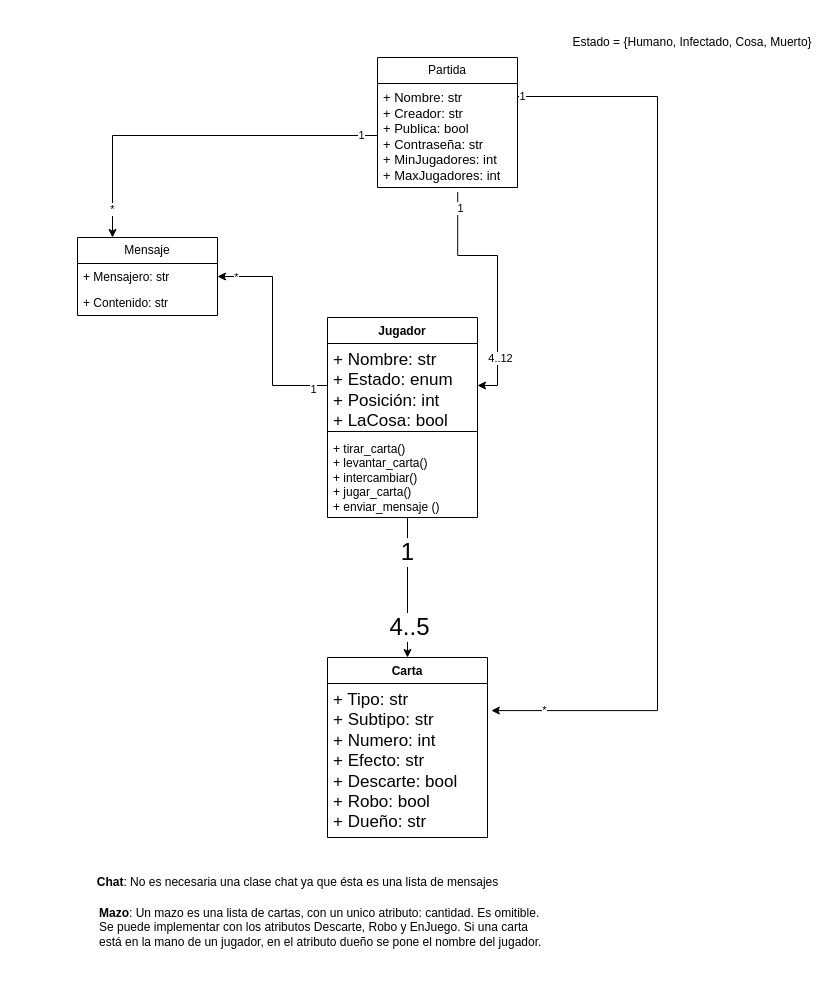
The draw.io diagram take-home/diagrama_clases.drawio in irmrz/ingenieria-software-1, before the edit. Source tidied: cells renumbered, new cells numbered last; positions are measured from the earlier drawing's top-left corner, leaving out a move shared by most shapes. Both pictures are drawn from the tidied source at 100%, with x=0, y=0 at pixel (77, 27).
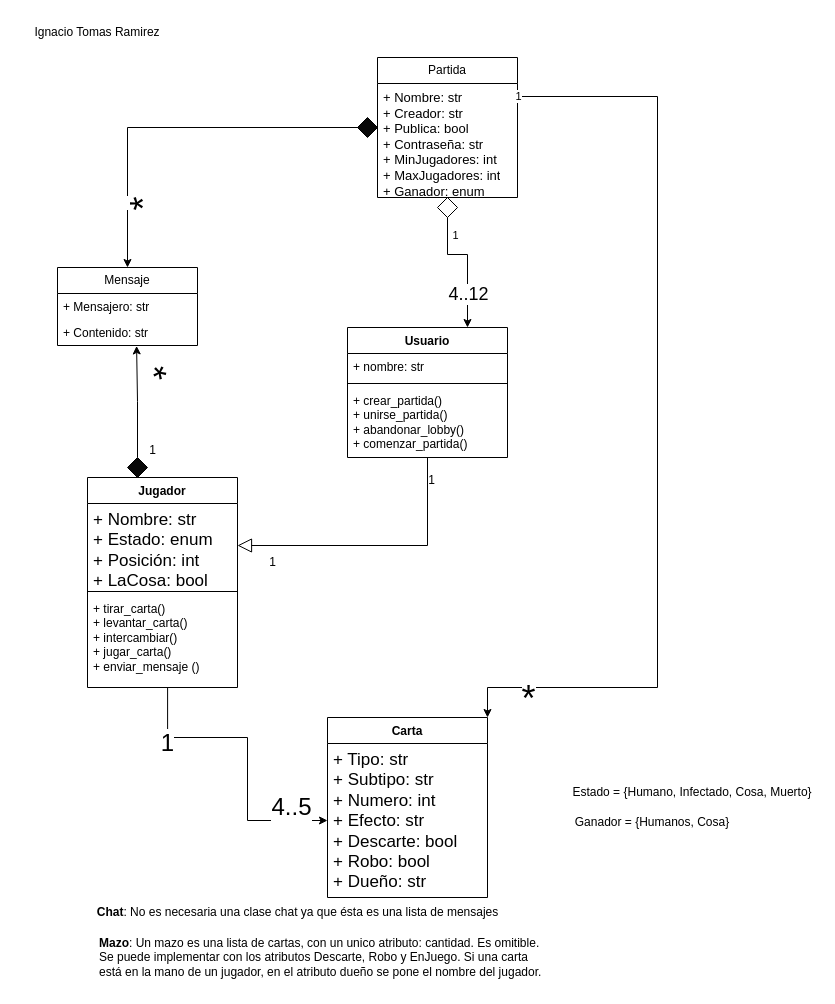
The same page after the edit.

Unchanged cells that the change refers to:
```xml
<mxCell id="6" value="&lt;div style=&quot;font-size: 17px;&quot;&gt;&lt;font style=&quot;font-size: 17px;&quot;&gt;+ Nombre: str&lt;br&gt;&lt;/font&gt;&lt;/div&gt;&lt;div style=&quot;font-size: 17px;&quot;&gt;&lt;font style=&quot;font-size: 17px;&quot;&gt;+ Estado: enum&lt;br&gt;&lt;/font&gt;&lt;/div&gt;&lt;div style=&quot;font-size: 17px;&quot;&gt;&lt;font style=&quot;font-size: 17px;&quot;&gt;+ Posición: int&lt;br&gt;&lt;/font&gt;&lt;/div&gt;&lt;div style=&quot;font-size: 17px;&quot;&gt;&lt;font style=&quot;font-size: 17px;&quot;&gt;+ LaCosa: bool&lt;br&gt;&lt;/font&gt;&lt;/div&gt;" style="text;strokeColor=none;fillColor=none;align=left;verticalAlign=top;spacingLeft=4;spacingRight=4;overflow=hidden;points=[[0,0.5],[1,0.5]];portConstraint=eastwest;whiteSpace=wrap;html=1;" parent="5" vertex="1">
  <mxGeometry y="26" width="150" height="84" as="geometry" />
</mxCell>
<mxCell id="10" value="&lt;div style=&quot;font-size: 17px;&quot;&gt;&lt;font style=&quot;font-size: 17px;&quot;&gt;+ Tipo: str&lt;/font&gt;&lt;/div&gt;&lt;div style=&quot;font-size: 17px;&quot;&gt;&lt;font style=&quot;font-size: 17px;&quot;&gt;+ Subtipo: str&lt;br&gt;&lt;/font&gt;&lt;/div&gt;&lt;div style=&quot;font-size: 17px;&quot;&gt;&lt;font style=&quot;font-size: 17px;&quot;&gt;+ Numero: int&lt;br&gt;&lt;/font&gt;&lt;/div&gt;&lt;div style=&quot;font-size: 17px;&quot;&gt;&lt;font style=&quot;font-size: 17px;&quot;&gt;+ Efecto: str&lt;br&gt;&lt;/font&gt;&lt;/div&gt;&lt;div style=&quot;font-size: 17px;&quot;&gt;&lt;font style=&quot;font-size: 17px;&quot;&gt;+ Descarte: bool&lt;/font&gt;&lt;/div&gt;&lt;div style=&quot;font-size: 17px;&quot;&gt;&lt;font style=&quot;font-size: 17px;&quot;&gt;+ Robo: bool&lt;br&gt;&lt;/font&gt;&lt;/div&gt;&lt;div style=&quot;font-size: 17px;&quot;&gt;&lt;font style=&quot;font-size: 17px;&quot;&gt;+ Dueño: str&lt;br&gt;&lt;/font&gt;&lt;/div&gt;" style="text;strokeColor=none;fillColor=none;align=left;verticalAlign=top;spacingLeft=4;spacingRight=4;overflow=hidden;points=[[0,0.5],[1,0.5]];portConstraint=eastwest;whiteSpace=wrap;html=1;" parent="9" vertex="1">
  <mxGeometry y="26" width="160" height="154" as="geometry" />
</mxCell>
<mxCell id="18" value="+ Mensajero: str" style="text;strokeColor=none;fillColor=none;align=left;verticalAlign=top;spacingLeft=4;spacingRight=4;overflow=hidden;points=[[0,0.5],[1,0.5]];portConstraint=eastwest;whiteSpace=wrap;html=1;" parent="17" vertex="1">
  <mxGeometry y="26" width="140" height="26" as="geometry" />
</mxCell>
<mxCell id="19" value="+ Contenido: str" style="text;strokeColor=none;fillColor=none;align=left;verticalAlign=top;spacingLeft=4;spacingRight=4;overflow=hidden;points=[[0,0.5],[1,0.5]];portConstraint=eastwest;whiteSpace=wrap;html=1;" parent="17" vertex="1">
  <mxGeometry y="52" width="140" height="26" as="geometry" />
</mxCell>
```

Diff of the diagram source:
```diff
@@
-    <mxCell id="2" style="edgeStyle=orthogonalEdgeStyle;rounded=0;jettySize=auto;html=1;exitX=0.5;exitY=1;exitDx=0;exitDy=0;entryX=0.5;entryY=0;entryDx=0;entryDy=0;" parent="1" edge="1" source="5" target="9">
+    <mxCell id="2" style="edgeStyle=orthogonalEdgeStyle;rounded=0;jettySize=auto;html=1;exitX=0.534;exitY=1.004;exitDx=0;exitDy=0;entryX=0;entryY=0.5;entryDx=0;entryDy=0;exitPerimeter=0;" parent="1" edge="1" source="8" target="10">
       <mxGeometry relative="1" as="geometry">
         <Array as="points">
-          <mxPoint x="330" y="490" />
+          <mxPoint x="90" y="710" />
+          <mxPoint x="170" y="710" />
+          <mxPoint x="170" y="793" />
         </Array>
       </mxGeometry>
     </mxCell>
@@
     <mxCell id="5" value="Jugador" style="swimlane;fontStyle=1;align=center;verticalAlign=top;horizontal=1;startSize=26;whiteSpace=wrap;html=1;" parent="1" vertex="1">
-      <mxGeometry x="250" y="290" width="150" height="200" as="geometry" />
+      <mxGeometry x="10" y="450" width="150" height="210" as="geometry" />
     </mxCell>
@@
-    <mxCell id="8" value="&lt;div&gt;+ tirar_carta()&lt;/div&gt;&lt;div&gt;+ levantar_carta()&lt;br&gt;&lt;/div&gt;&lt;div&gt;+ intercambiar()&lt;br&gt;&lt;/div&gt;&lt;div&gt;+ jugar_carta()&lt;/div&gt;&lt;div&gt;+ enviar_mensaje ()&lt;br&gt;&lt;/div&gt;" style="text;strokeColor=none;fillColor=none;align=left;verticalAlign=top;spacingLeft=4;spacingRight=4;overflow=hidden;points=[[0,0.5],[1,0.5]];portConstraint=eastwest;whiteSpace=wrap;html=1;" parent="5" vertex="1">
-      <mxGeometry y="118" width="150" height="82" as="geometry" />
+    <mxCell id="8" value="&lt;div align=&quot;left&quot;&gt;+ tirar_carta()&lt;/div&gt;&lt;div align=&quot;left&quot;&gt;+ levantar_carta()&lt;br&gt;&lt;/div&gt;&lt;div align=&quot;left&quot;&gt;+ intercambiar()&lt;br&gt;&lt;/div&gt;&lt;div align=&quot;left&quot;&gt;+ jugar_carta()&lt;/div&gt;&lt;div align=&quot;left&quot;&gt;+ enviar_mensaje ()&lt;/div&gt;" style="text;strokeColor=none;fillColor=none;align=left;verticalAlign=top;spacingLeft=4;spacingRight=4;overflow=hidden;points=[[0,0.5],[1,0.5]];portConstraint=eastwest;whiteSpace=wrap;html=1;" parent="5" vertex="1">
+      <mxGeometry y="118" width="150" height="92" as="geometry" />
     </mxCell>
     <mxCell id="9" value="Carta" style="swimlane;fontStyle=1;align=center;verticalAlign=top;horizontal=1;startSize=26;whiteSpace=wrap;html=1;" parent="1" vertex="1">
-      <mxGeometry x="250" y="630" width="160" height="180" as="geometry" />
+      <mxGeometry x="250" y="690" width="160" height="180" as="geometry" />
     </mxCell>
@@
     <mxCell id="11" value="Partida" style="swimlane;fontStyle=0;horizontal=1;startSize=26;fillColor=none;whiteSpace=wrap;html=1;" parent="1" vertex="1">
-      <mxGeometry x="300" y="30" width="140" height="130" as="geometry" />
+      <mxGeometry x="300" y="30" width="140" height="140" as="geometry" />
     </mxCell>
-    <mxCell id="12" value="&lt;div style=&quot;font-size: 13px;&quot;&gt;&lt;font style=&quot;font-size: 13px;&quot;&gt;+ Nombre: str&lt;/font&gt;&lt;/div&gt;&lt;div style=&quot;font-size: 13px;&quot;&gt;&lt;div style=&quot;font-size: 13px;&quot;&gt;&lt;font style=&quot;font-size: 13px;&quot;&gt;+ Creador: str&lt;/font&gt;&lt;/div&gt;&lt;div style=&quot;font-size: 13px;&quot;&gt;&lt;font style=&quot;font-size: 13px;&quot;&gt;+ Publica: bool&lt;/font&gt;&lt;/div&gt;&lt;div style=&quot;font-size: 13px;&quot;&gt;&lt;font style=&quot;font-size: 13px;&quot;&gt;+ Contraseña: str&lt;br&gt;&lt;/font&gt;&lt;/div&gt;&lt;div style=&quot;font-size: 13px;&quot;&gt;&lt;font style=&quot;font-size: 13px;&quot;&gt;+ MinJugadores: int&lt;/font&gt;&lt;/div&gt;&lt;div style=&quot;font-size: 13px;&quot;&gt;&lt;font style=&quot;font-size: 13px;&quot;&gt;+ MaxJugadores: int&lt;br&gt;&lt;/font&gt;&lt;/div&gt;&lt;/div&gt;" style="text;strokeColor=none;fillColor=none;align=left;verticalAlign=top;spacingLeft=4;spacingRight=4;overflow=hidden;points=[[0,0.5],[1,0.5]];portConstraint=eastwest;whiteSpace=wrap;html=1;" parent="11" vertex="1">
-      <mxGeometry y="26" width="140" height="104" as="geometry" />
+    <mxCell id="12" value="&lt;div style=&quot;font-size: 13px;&quot;&gt;&lt;font style=&quot;font-size: 13px;&quot;&gt;+ Nombre: str&lt;/font&gt;&lt;/div&gt;&lt;div style=&quot;font-size: 13px;&quot;&gt;&lt;div style=&quot;font-size: 13px;&quot;&gt;&lt;font style=&quot;font-size: 13px;&quot;&gt;+ Creador: str&lt;/font&gt;&lt;/div&gt;&lt;div style=&quot;font-size: 13px;&quot;&gt;&lt;font style=&quot;font-size: 13px;&quot;&gt;+ Publica: bool&lt;/font&gt;&lt;/div&gt;&lt;div style=&quot;font-size: 13px;&quot;&gt;&lt;font style=&quot;font-size: 13px;&quot;&gt;+ Contraseña: str&lt;br&gt;&lt;/font&gt;&lt;/div&gt;&lt;div style=&quot;font-size: 13px;&quot;&gt;&lt;font style=&quot;font-size: 13px;&quot;&gt;+ MinJugadores: int&lt;/font&gt;&lt;/div&gt;&lt;div style=&quot;font-size: 13px;&quot;&gt;&lt;font style=&quot;font-size: 13px;&quot;&gt;+ MaxJugadores: int&lt;br&gt;&lt;/font&gt;&lt;/div&gt;&lt;div style=&quot;font-size: 13px;&quot;&gt;&lt;font style=&quot;font-size: 13px;&quot;&gt;+ Ganador: enum&lt;br&gt;&lt;/font&gt;&lt;/div&gt;&lt;/div&gt;" style="text;strokeColor=none;fillColor=none;align=left;verticalAlign=top;spacingLeft=4;spacingRight=4;overflow=hidden;points=[[0,0.5],[1,0.5]];portConstraint=eastwest;whiteSpace=wrap;html=1;" parent="11" vertex="1">
+      <mxGeometry y="26" width="140" height="114" as="geometry" />
     </mxCell>
-    <mxCell id="13" style="edgeStyle=orthogonalEdgeStyle;rounded=0;jettySize=auto;html=1;exitX=0.573;exitY=1.043;exitDx=0;exitDy=0;entryX=1;entryY=0.5;entryDx=0;entryDy=0;exitPerimeter=0;" parent="1" edge="1" source="12" target="6">
+    <mxCell id="13" style="edgeStyle=orthogonalEdgeStyle;rounded=0;jettySize=auto;html=1;exitX=0.5;exitY=1;exitDx=0;exitDy=0;entryX=0.75;entryY=0;entryDx=0;entryDy=0;" parent="1" edge="1" source="36" target="39">
       <mxGeometry relative="1" as="geometry">
         <Array as="points">
-          <mxPoint x="380" y="228" />
-          <mxPoint x="420" y="228" />
-          <mxPoint x="420" y="358" />
+          <mxPoint x="370" y="227" />
+          <mxPoint x="390" y="227" />
         </Array>
       </mxGeometry>
     </mxCell>
-    <mxCell id="14" value="4..12" style="edgeLabel;html=1;align=center;verticalAlign=middle;" parent="13" vertex="1">
-      <mxGeometry x="0.63" y="2" relative="1" as="geometry" />
+    <mxCell id="14" value="&lt;font style=&quot;font-size: 18px;&quot;&gt;4..12&lt;/font&gt;" style="edgeLabel;html=1;align=center;verticalAlign=middle;" parent="13" vertex="1">
+      <mxGeometry x="0.63" y="2" relative="1" as="geometry">
+        <mxPoint x="-2" y="-10" as="offset" />
+      </mxGeometry>
     </mxCell>
-    <mxCell id="15" value="1" style="edgeLabel;html=1;align=center;verticalAlign=middle;" parent="13" vertex="1">
-      <mxGeometry x="-0.87" y="2" relative="1" as="geometry" />
-    </mxCell>
     <mxCell id="16" value="Estado = {Humano, Infectado, Cosa, Muerto}" style="text;html=1;strokeColor=none;fillColor=none;align=center;verticalAlign=middle;whiteSpace=wrap;rounded=0;" parent="1" vertex="1">
-      <mxGeometry x="490" width="250" height="30" as="geometry" />
+      <mxGeometry x="490" y="750" width="250" height="30" as="geometry" />
     </mxCell>
     <mxCell id="17" value="Mensaje" style="swimlane;fontStyle=0;horizontal=1;startSize=26;fillColor=none;whiteSpace=wrap;html=1;" parent="1" vertex="1">
-      <mxGeometry y="210" width="140" height="78" as="geometry" />
+      <mxGeometry x="-20" y="240" width="140" height="78" as="geometry" />
     </mxCell>
@@
-    <mxCell id="20" style="edgeStyle=orthogonalEdgeStyle;rounded=0;jettySize=auto;html=1;exitX=0;exitY=0.5;exitDx=0;exitDy=0;entryX=0.25;entryY=0;entryDx=0;entryDy=0;" parent="1" edge="1" source="12" target="17">
-      <mxGeometry relative="1" as="geometry" />
+    <mxCell id="20" style="edgeStyle=orthogonalEdgeStyle;rounded=0;jettySize=auto;html=1;exitX=1;exitY=0.5;exitDx=0;exitDy=0;entryX=0.5;entryY=0;entryDx=0;entryDy=0;" parent="1" edge="1" source="34" target="17">
+      <mxGeometry relative="1" as="geometry">
+        <Array as="points">
+          <mxPoint x="50" y="100" />
+        </Array>
+      </mxGeometry>
     </mxCell>
-    <mxCell id="21" value="1" style="edgeLabel;html=1;align=center;verticalAlign=middle;" parent="20" vertex="1">
-      <mxGeometry x="-0.91" y="-1" relative="1" as="geometry" />
-    </mxCell>
-    <mxCell id="22" value="*" style="edgeLabel;html=1;align=center;verticalAlign=middle;" parent="20" vertex="1">
-      <mxGeometry x="0.84" y="-1" relative="1" as="geometry" />
+    <mxCell id="22" value="&lt;font style=&quot;font-size: 36px;&quot;&gt;*&lt;/font&gt;" style="edgeLabel;html=1;align=center;verticalAlign=middle;rotation=-90;" parent="20" vertex="1">
+      <mxGeometry x="0.84" y="-1" relative="1" as="geometry">
+        <mxPoint x="16" y="-31" as="offset" />
+      </mxGeometry>
     </mxCell>
-    <mxCell id="23" style="edgeStyle=orthogonalEdgeStyle;rounded=0;jettySize=auto;html=1;exitX=0;exitY=0.5;exitDx=0;exitDy=0;entryX=1;entryY=0.5;entryDx=0;entryDy=0;" parent="1" edge="1" source="6" target="18">
+    <mxCell id="23" style="edgeStyle=orthogonalEdgeStyle;rounded=0;jettySize=auto;html=1;entryX=0.565;entryY=1.017;entryDx=0;entryDy=0;entryPerimeter=0;" parent="1" edge="1" source="35" target="19">
       <mxGeometry relative="1" as="geometry" />
     </mxCell>
-    <mxCell id="24" value="1" style="edgeLabel;html=1;align=center;verticalAlign=middle;" parent="23" vertex="1">
-      <mxGeometry x="-0.86" y="3" relative="1" as="geometry" />
-    </mxCell>
-    <mxCell id="25" value="*" style="edgeLabel;html=1;align=center;verticalAlign=middle;" parent="23" vertex="1">
-      <mxGeometry x="0.84" relative="1" as="geometry" />
-    </mxCell>
-    <mxCell id="26" style="edgeStyle=orthogonalEdgeStyle;rounded=0;jettySize=auto;html=1;exitX=1;exitY=0.5;exitDx=0;exitDy=0;entryX=1.024;entryY=0.176;entryDx=0;entryDy=0;entryPerimeter=0;" parent="1" edge="1" source="12" target="10">
+    <mxCell id="26" style="edgeStyle=orthogonalEdgeStyle;rounded=0;jettySize=auto;html=1;exitX=1;exitY=0.5;exitDx=0;exitDy=0;entryX=1;entryY=0;entryDx=0;entryDy=0;" parent="1" edge="1" source="12" target="9">
       <mxGeometry relative="1" as="geometry">
         <Array as="points">
+          <mxPoint x="440" y="69" />
           <mxPoint x="580" y="69" />
-          <mxPoint x="580" y="683" />
+          <mxPoint x="580" y="660" />
+          <mxPoint x="410" y="660" />
         </Array>
       </mxGeometry>
     </mxCell>
@@
-    <mxCell id="28" value="*" style="edgeLabel;html=1;align=center;verticalAlign=middle;" parent="26" vertex="1">
-      <mxGeometry x="0.89" y="-1" relative="1" as="geometry" />
-    </mxCell>
     <mxCell id="29" value="&lt;b&gt;Chat&lt;/b&gt;: No es necesaria una clase chat ya que ésta es una lista de mensajes" style="text;html=1;align=center;verticalAlign=middle;strokeColor=none;fillColor=none;" parent="1" vertex="1">
-      <mxGeometry x="10" y="840" width="420" height="30" as="geometry" />
+      <mxGeometry x="10" y="870" width="420" height="30" as="geometry" />
     </mxCell>
     <mxCell id="30" value="&lt;div align=&quot;left&quot;&gt;&lt;b&gt;Mazo&lt;/b&gt;: Un mazo es una lista de cartas, con un unico atributo: cantidad. Es omitible. &lt;br&gt;&lt;/div&gt;&lt;div align=&quot;left&quot;&gt;Se puede implementar con los atributos Descarte, Robo y EnJuego. Si una carta&lt;/div&gt;&lt;div align=&quot;left&quot;&gt;está en la mano de un jugador, en el atributo dueño se pone el nombre del jugador.&lt;br&gt;&lt;/div&gt;" style="text;html=1;align=left;verticalAlign=middle;strokeColor=none;fillColor=none;" parent="1" vertex="1">
-      <mxGeometry x="20" y="870" width="460" height="60" as="geometry" />
+      <mxGeometry x="20" y="900" width="460" height="60" as="geometry" />
     </mxCell>
+    <mxCell id="31" value="Ignacio Tomas Ramirez" style="text;html=1;strokeColor=none;fillColor=none;align=center;verticalAlign=middle;whiteSpace=wrap;rounded=0;" parent="1" vertex="1">
+      <mxGeometry x="-60" y="-10" width="160" height="30" as="geometry" />
+    </mxCell>
+    <mxCell id="32" value="&lt;font style=&quot;font-size: 36px;&quot;&gt;*&lt;/font&gt;" style="edgeLabel;html=1;align=center;verticalAlign=middle;rotation=-45;" parent="1" vertex="1">
+      <mxGeometry x="85" y="350" as="geometry" />
+    </mxCell>
+    <mxCell id="33" value="&lt;font style=&quot;font-size: 36px;&quot;&gt;*&lt;/font&gt;" style="edgeLabel;html=1;align=center;verticalAlign=middle;rotation=0;" parent="1" vertex="1">
+      <mxGeometry x="450" y="670" as="geometry" />
+    </mxCell>
+    <mxCell id="34" style="rhombus;whiteSpace=wrap;html=1;fillColor=#080808;" parent="1" vertex="1">
+      <mxGeometry x="280" y="90" width="20" height="20" as="geometry" />
+    </mxCell>
+    <mxCell id="35" style="rhombus;whiteSpace=wrap;html=1;fillColor=#080808;" parent="1" vertex="1">
+      <mxGeometry x="50" y="430" width="20" height="20" as="geometry" />
+    </mxCell>
+    <mxCell id="36" style="rhombus;whiteSpace=wrap;html=1;fillColor=none;" parent="1" vertex="1">
+      <mxGeometry x="360" y="170" width="20" height="20" as="geometry" />
+    </mxCell>
+    <mxCell id="37" value="Ganador = {Humanos, Cosa}" style="text;html=1;strokeColor=none;fillColor=none;align=center;verticalAlign=middle;whiteSpace=wrap;rounded=0;" parent="1" vertex="1">
+      <mxGeometry x="490" y="780" width="170" height="30" as="geometry" />
+    </mxCell>
+    <mxCell id="38" style="edgeStyle=orthogonalEdgeStyle;rounded=0;jettySize=auto;html=1;entryX=1;entryY=0.5;entryDx=0;entryDy=0;strokeColor=default;endArrow=block;endFill=0;strokeWidth=1;targetPerimeterSpacing=2;endSize=12;" parent="1" edge="1" source="39" target="6">
+      <mxGeometry relative="1" as="geometry" />
+    </mxCell>
+    <mxCell id="39" value="Usuario" style="swimlane;fontStyle=1;align=center;verticalAlign=top;horizontal=1;startSize=26;whiteSpace=wrap;html=1;" parent="1" vertex="1">
+      <mxGeometry x="270" y="300" width="160" height="130" as="geometry" />
+    </mxCell>
+    <mxCell id="40" value="+ nombre: str" style="text;strokeColor=none;fillColor=none;align=left;verticalAlign=top;spacingLeft=4;spacingRight=4;overflow=hidden;whiteSpace=wrap;html=1;" parent="39" vertex="1">
+      <mxGeometry y="26" width="160" height="26" as="geometry" />
+    </mxCell>
+    <mxCell id="41" style="line;strokeWidth=1;fillColor=none;align=left;verticalAlign=middle;spacingTop=-1;spacingLeft=3;spacingRight=3;labelPosition=right;strokeColor=inherit;" parent="39" vertex="1">
+      <mxGeometry y="52" width="160" height="8" as="geometry" />
+    </mxCell>
+    <mxCell id="42" value="&lt;div&gt;+ crear_partida()&lt;/div&gt;&lt;div&gt;+ unirse_partida()&lt;/div&gt;&lt;div&gt;+ abandonar_lobby()&lt;/div&gt;&lt;div&gt;+ comenzar_partida()&lt;br&gt;&lt;/div&gt;" style="text;strokeColor=none;fillColor=none;align=left;verticalAlign=top;spacingLeft=4;spacingRight=4;overflow=hidden;whiteSpace=wrap;html=1;" parent="39" vertex="1">
+      <mxGeometry y="60" width="160" height="70" as="geometry" />
+    </mxCell>
+    <mxCell id="43" value="1" style="edgeLabel;html=1;align=center;verticalAlign=middle;" parent="1" vertex="1">
+      <mxGeometry x="360" y="276.3" as="geometry">
+        <mxPoint x="17" y="-69" as="offset" />
+      </mxGeometry>
+    </mxCell>
+    <mxCell id="44" value="1" style="text;html=1;align=center;verticalAlign=middle;strokeColor=none;fillColor=none;" parent="1" vertex="1">
+      <mxGeometry x="339" y="438" width="30" height="30" as="geometry" />
+    </mxCell>
+    <mxCell id="45" value="1" style="text;html=1;align=center;verticalAlign=middle;strokeColor=none;fillColor=none;" parent="1" vertex="1">
+      <mxGeometry x="180" y="520" width="30" height="30" as="geometry" />
+    </mxCell>
+    <mxCell id="46" value="1" style="text;html=1;align=center;verticalAlign=middle;strokeColor=none;fillColor=none;" parent="1" vertex="1">
+      <mxGeometry x="60" y="408" width="30" height="30" as="geometry" />
+    </mxCell>
```
